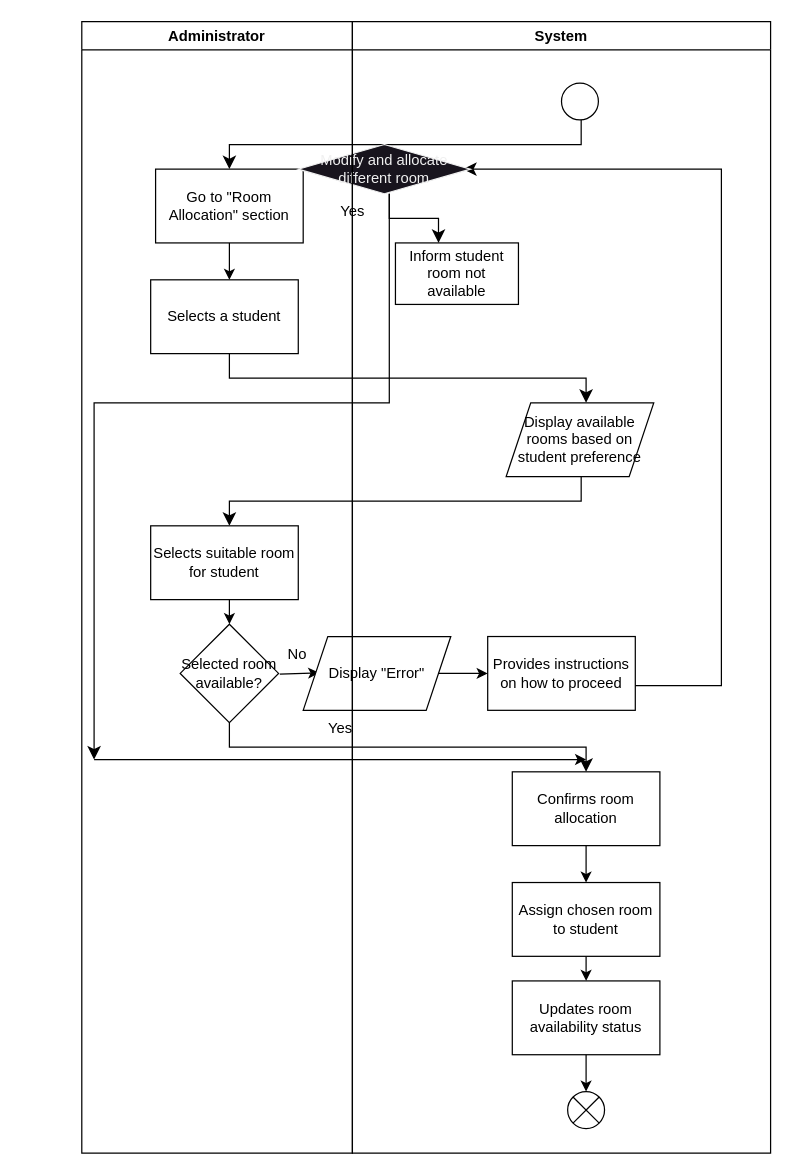
The draw.io diagram project/drawio/stakeholder/activity diagram/uc20.drawio in drshahizan/software-engineering, before the edit. Source tidied: cells renumbered, new cells numbered last; positions are measured from the earlier drawing's top-left corner, leaving out a move shared by most shapes. Both pictures are drawn from the tidied source at 123%, with x=0, y=0 at pixel (81, 21).
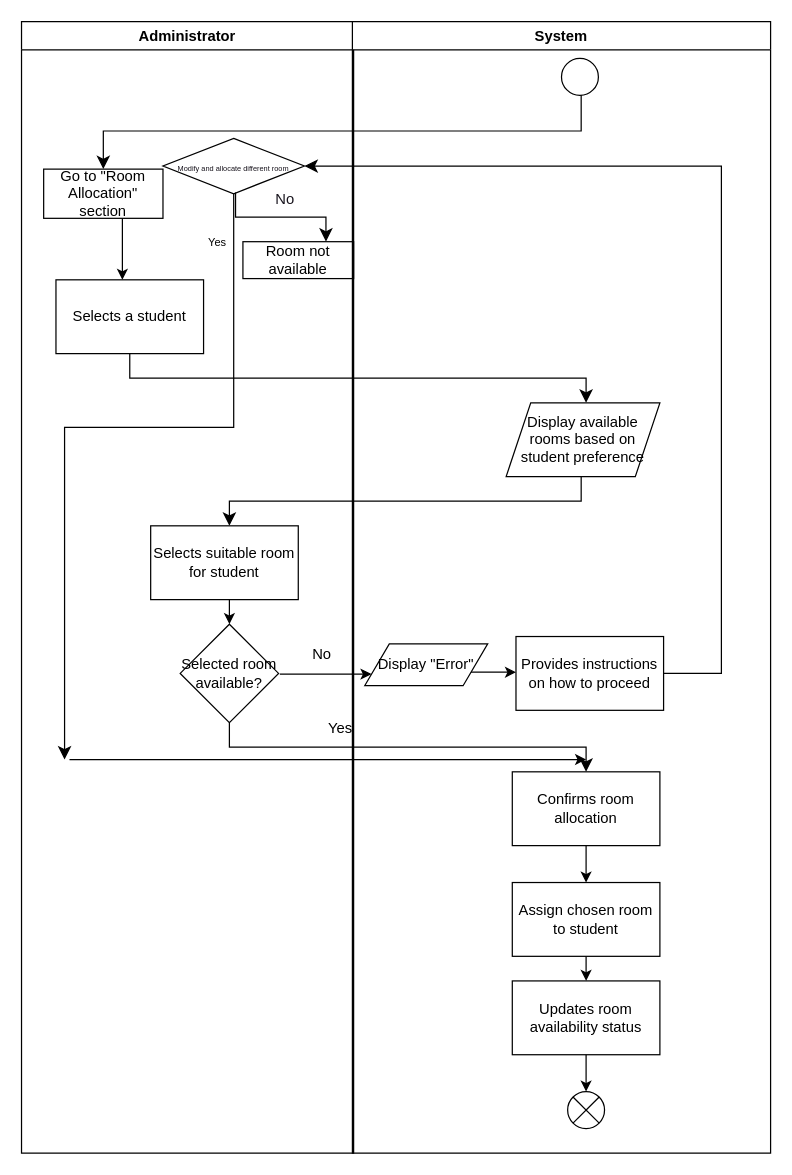
The same page after the edit.

Unchanged cells that the change refers to:
```xml
<mxCell id="35" value="System" style="swimlane;whiteSpace=wrap;html=1;" parent="1" vertex="1">
  <mxGeometry x="220" width="340" height="920" as="geometry" />
</mxCell>
```

Diff of the diagram source:
```diff
@@
-    <mxCell id="2" style="ellipse;" parent="1" vertex="1">
-      <mxGeometry x="390" y="50" width="30" height="30" as="geometry" />
-    </mxCell>
-    <mxCell id="3" style="edgeStyle=elbowEdgeStyle;elbow=vertical;endArrow=classic;html=1;curved=0;rounded=0;endSize=8;startSize=8;" parent="1" edge="1">
+    <mxCell id="3" style="edgeStyle=elbowEdgeStyle;elbow=vertical;endArrow=classic;html=1;curved=0;rounded=0;endSize=8;startSize=8;" parent="1" edge="1" target="4">
       <mxGeometry relative="1" as="geometry">
-        <mxPoint x="406" y="80" as="sourcePoint" />
-        <mxPoint x="120" y="120" as="targetPoint" />
+        <mxPoint x="406" y="58" as="sourcePoint" />
       </mxGeometry>
     </mxCell>
-    <mxCell id="4" value="Go to &quot;Room Allocation&quot; section" style="rounded=0;whiteSpace=wrap;html=1;" parent="1" vertex="1">
-      <mxGeometry x="60" y="120" width="120" height="60" as="geometry" />
-    </mxCell>
     <mxCell id="5" style="endArrow=classic;html=1;" parent="1" edge="1">
       <mxGeometry relative="1" as="geometry">
-        <mxPoint x="120" y="180" as="sourcePoint" />
-        <mxPoint x="120" y="210" as="targetPoint" />
+        <mxPoint x="33" y="160" as="sourcePoint" />
+        <mxPoint x="33" y="210" as="targetPoint" />
       </mxGeometry>
     </mxCell>
     <mxCell id="6" value="Selects a student" style="rounded=0;whiteSpace=wrap;html=1;" parent="1" vertex="1">
-      <mxGeometry x="56" y="210" width="120" height="60" as="geometry" />
+      <mxGeometry x="-21" y="210" width="120" height="60" as="geometry" />
     </mxCell>
-    <mxCell id="7" style="edgeStyle=elbowEdgeStyle;elbow=vertical;endArrow=classic;html=1;curved=0;rounded=0;endSize=8;startSize=8;" parent="1" edge="1">
+    <mxCell id="7" style="edgeStyle=elbowEdgeStyle;elbow=vertical;endArrow=classic;html=1;curved=0;rounded=0;endSize=8;startSize=8;exitX=0.5;exitY=1;exitDx=0;exitDy=0;" parent="1" edge="1" source="6">
       <mxGeometry relative="1" as="geometry">
-        <mxPoint x="120" y="270" as="sourcePoint" />
         <mxPoint x="410" y="310" as="targetPoint" />
       </mxGeometry>
     </mxCell>
     <mxCell id="8" value="Display available rooms based on student preference" style="shape=parallelogram;perimeter=parallelogramPerimeter;whiteSpace=wrap;html=1;fixedSize=1;" parent="1" vertex="1">
-      <mxGeometry x="345" y="310" width="120" height="60" as="geometry" />
+      <mxGeometry x="345" y="310" width="125" height="60" as="geometry" />
     </mxCell>
@@
-    <mxCell id="22" style="endArrow=classic;html=1;" parent="1" edge="1">
+    <mxCell id="22" style="endArrow=classic;html=1;entryX=0;entryY=0.75;entryDx=0;entryDy=0;" parent="1" edge="1" target="24">
       <mxGeometry relative="1" as="geometry">
         <mxPoint x="161" y="530.5" as="sourcePoint" />
-        <mxPoint x="193" y="529.5" as="targetPoint" />
       </mxGeometry>
     </mxCell>
-    <mxCell id="23" value="No" style="text;html=1;align=center;verticalAlign=middle;strokeColor=none;fillColor=none;" parent="1" vertex="1">
-      <mxGeometry x="155" y="500" width="40" height="30" as="geometry" />
-    </mxCell>
-    <mxCell id="24" value="Display &quot;Error&quot;" style="shape=parallelogram;perimeter=parallelogramPerimeter;whiteSpace=wrap;html=1;fixedSize=1;" parent="1" vertex="1">
-      <mxGeometry x="180" y="500" width="120" height="60" as="geometry" />
-    </mxCell>
-    <mxCell id="25" style="endArrow=classic;html=1;" parent="1" edge="1">
-      <mxGeometry relative="1" as="geometry">
-        <mxPoint x="290" y="530" as="sourcePoint" />
-        <mxPoint x="330" y="530" as="targetPoint" />
-      </mxGeometry>
-    </mxCell>
     <mxCell id="26" value="Provides instructions on how to proceed" style="rounded=0;whiteSpace=wrap;html=1;" parent="1" vertex="1">
-      <mxGeometry x="330" y="500" width="120" height="60" as="geometry" />
+      <mxGeometry x="353" y="500" width="120" height="60" as="geometry" />
     </mxCell>
-    <mxCell id="27" style="edgeStyle=elbowEdgeStyle;elbow=horizontal;endArrow=classic;html=1;curved=0;rounded=0;endSize=8;startSize=8;" parent="1" edge="1">
+    <mxCell id="27" style="edgeStyle=elbowEdgeStyle;elbow=horizontal;endArrow=classic;html=1;curved=0;rounded=0;endSize=8;startSize=8;exitX=1;exitY=0.5;exitDx=0;exitDy=0;" parent="1" edge="1" source="26" target="28">
       <mxGeometry relative="1" as="geometry">
-        <mxPoint x="450" y="540" as="sourcePoint" />
-        <mxPoint x="310" y="120" as="targetPoint" />
         <Array as="points">
           <mxPoint x="520" y="350" />
         </Array>
       </mxGeometry>
     </mxCell>
-    <mxCell id="28" value="Modify and allocate different room" style="rhombus;whiteSpace=wrap;html=1;fontFamily=Helvetica;fontSize=12;fontColor=rgb(240, 240, 240);align=center;strokeColor=rgb(240, 240, 240);fillColor=rgb(24, 20, 29);" parent="1" vertex="1">
-      <mxGeometry x="176" y="100" width="140" height="40" as="geometry" />
-    </mxCell>
-    <mxCell id="29" value="Yes" style="text;html=1;align=center;verticalAlign=middle;strokeColor=none;fillColor=none;" parent="1" vertex="1">
-      <mxGeometry x="200" y="140" width="40" height="30" as="geometry" />
-    </mxCell>
-    <mxCell id="30" style="edgeStyle=elbowEdgeStyle;elbow=vertical;endArrow=classic;html=1;curved=0;rounded=0;endSize=8;startSize=8;" parent="1" edge="1">
+    <mxCell id="30" style="edgeStyle=elbowEdgeStyle;elbow=vertical;endArrow=classic;html=1;curved=0;rounded=0;endSize=8;startSize=8;startArrow=none;exitX=0.5;exitY=1;exitDx=0;exitDy=0;" parent="1" edge="1" source="28">
       <mxGeometry relative="1" as="geometry">
-        <mxPoint x="250" y="140" as="sourcePoint" />
-        <mxPoint x="10" y="600" as="targetPoint" />
+        <mxPoint x="-14" y="600" as="targetPoint" />
         <Array as="points">
-          <mxPoint x="120" y="310" />
+          <mxPoint x="50" y="330" />
         </Array>
       </mxGeometry>
     </mxCell>
     <mxCell id="31" style="endArrow=classic;html=1;" parent="1" edge="1">
       <mxGeometry relative="1" as="geometry">
-        <mxPoint x="10" y="600" as="sourcePoint" />
+        <mxPoint x="-10" y="600" as="sourcePoint" />
         <mxPoint x="410" y="600" as="targetPoint" />
       </mxGeometry>
     </mxCell>
+    <mxCell id="34" value="Administrator" style="swimlane;whiteSpace=wrap;html=1;" parent="1" vertex="1">
+      <mxGeometry x="-49" width="270" height="920" as="geometry" />
+    </mxCell>
+    <mxCell id="4" value="Go to &quot;Room Allocation&quot; section" style="rounded=0;whiteSpace=wrap;html=1;" parent="34" vertex="1">
+      <mxGeometry x="18" y="120" width="97" height="40" as="geometry" />
+    </mxCell>
+    <mxCell id="28" value="&lt;font style=&quot;font-size: 6px;&quot; color=&quot;#18141d&quot;&gt;Modify and allocate different room&lt;/font&gt;" style="rhombus;whiteSpace=wrap;html=1;fontFamily=Helvetica;fontSize=12;fontColor=rgb(240, 240, 240);align=center;strokeColor=#000000;fillColor=#FFFFFF;" parent="34" vertex="1">
+      <mxGeometry x="115" y="95" width="115" height="45" as="geometry" />
+    </mxCell>
+    <mxCell id="36" value="No" style="text;html=1;align=center;verticalAlign=middle;strokeColor=none;fillColor=none;fontColor=#18141D;" parent="34" vertex="1">
+      <mxGeometry x="194" y="130" width="40" height="30" as="geometry" />
+    </mxCell>
-    <mxCell id="32" style="edgeStyle=elbowEdgeStyle;elbow=vertical;endArrow=classic;html=1;curved=0;rounded=0;endSize=8;startSize=8;" parent="1" edge="1">
+    <mxCell id="32" style="edgeStyle=elbowEdgeStyle;elbow=vertical;endArrow=classic;html=1;curved=0;rounded=0;endSize=8;startSize=8;entryX=0.75;entryY=0;entryDx=0;entryDy=0;" parent="34" edge="1">
       <mxGeometry relative="1" as="geometry">
-        <mxPoint x="250" y="140" as="sourcePoint" />
-        <mxPoint x="290" y="180" as="targetPoint" />
+        <mxPoint x="174" y="139" as="sourcePoint" />
+        <mxPoint x="247.5" y="179" as="targetPoint" />
       </mxGeometry>
     </mxCell>
-    <mxCell id="33" value="Inform student room not available" style="rounded=0;whiteSpace=wrap;html=1;" parent="1" vertex="1">
-      <mxGeometry x="255" y="180" width="100" height="50" as="geometry" />
+    <mxCell id="33" value="Room not available" style="rounded=0;whiteSpace=wrap;html=1;" parent="34" vertex="1">
+      <mxGeometry x="180" y="179" width="90" height="30" as="geometry" />
     </mxCell>
-    <mxCell id="34" value="Administrator" style="swimlane;whiteSpace=wrap;html=1;" parent="1" vertex="1">
-      <mxGeometry width="220" height="920" as="geometry" />
-    </mxCell>
+    <mxCell id="23" value="No" style="text;html=1;align=center;verticalAlign=middle;strokeColor=none;fillColor=none;" parent="34" vertex="1">
+      <mxGeometry x="224" y="500" width="40" height="30" as="geometry" />
+    </mxCell>
@@
+    <mxCell id="2" style="ellipse;" parent="35" vertex="1">
+      <mxGeometry x="170" y="30" width="30" height="30" as="geometry" />
+    </mxCell>
+    <mxCell id="25" style="endArrow=classic;html=1;" parent="35" edge="1">
+      <mxGeometry relative="1" as="geometry">
+        <mxPoint x="93" y="529" as="sourcePoint" />
+        <mxPoint x="133" y="529" as="targetPoint" />
+      </mxGeometry>
+    </mxCell>
+    <mxCell id="24" value="Display &quot;Error&quot;" style="shape=parallelogram;perimeter=parallelogramPerimeter;whiteSpace=wrap;html=1;fixedSize=1;" parent="35" vertex="1">
+      <mxGeometry x="10" y="506" width="100" height="34" as="geometry" />
+    </mxCell>
+    <mxCell id="29" value="&lt;font style=&quot;font-size: 9px;&quot;&gt;Yes&lt;/font&gt;" style="text;html=1;align=center;verticalAlign=middle;strokeColor=none;fillColor=none;fontSize=6;" parent="1" vertex="1">
+      <mxGeometry x="90" y="170" width="40" height="20" as="geometry" />
+    </mxCell>
```
